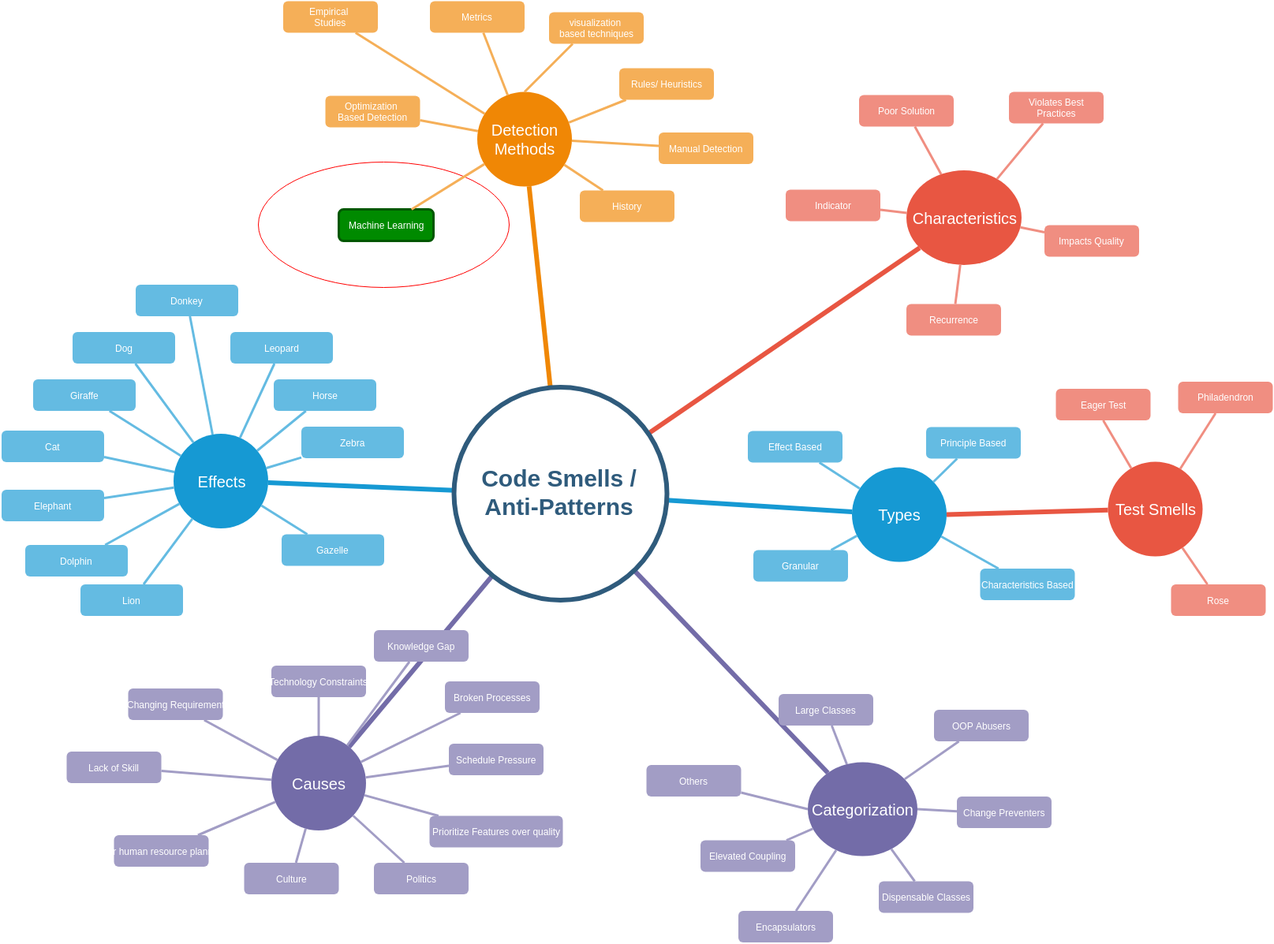
This is survey/AntiPattern-TopicMap.png from rodger79/CS6000, a draw.io export, as it was before one commit. Source tidied: cells renumbered, new cells last; positions are measured from the earlier drawing's top-left corner, leaving out a move shared by most shapes.
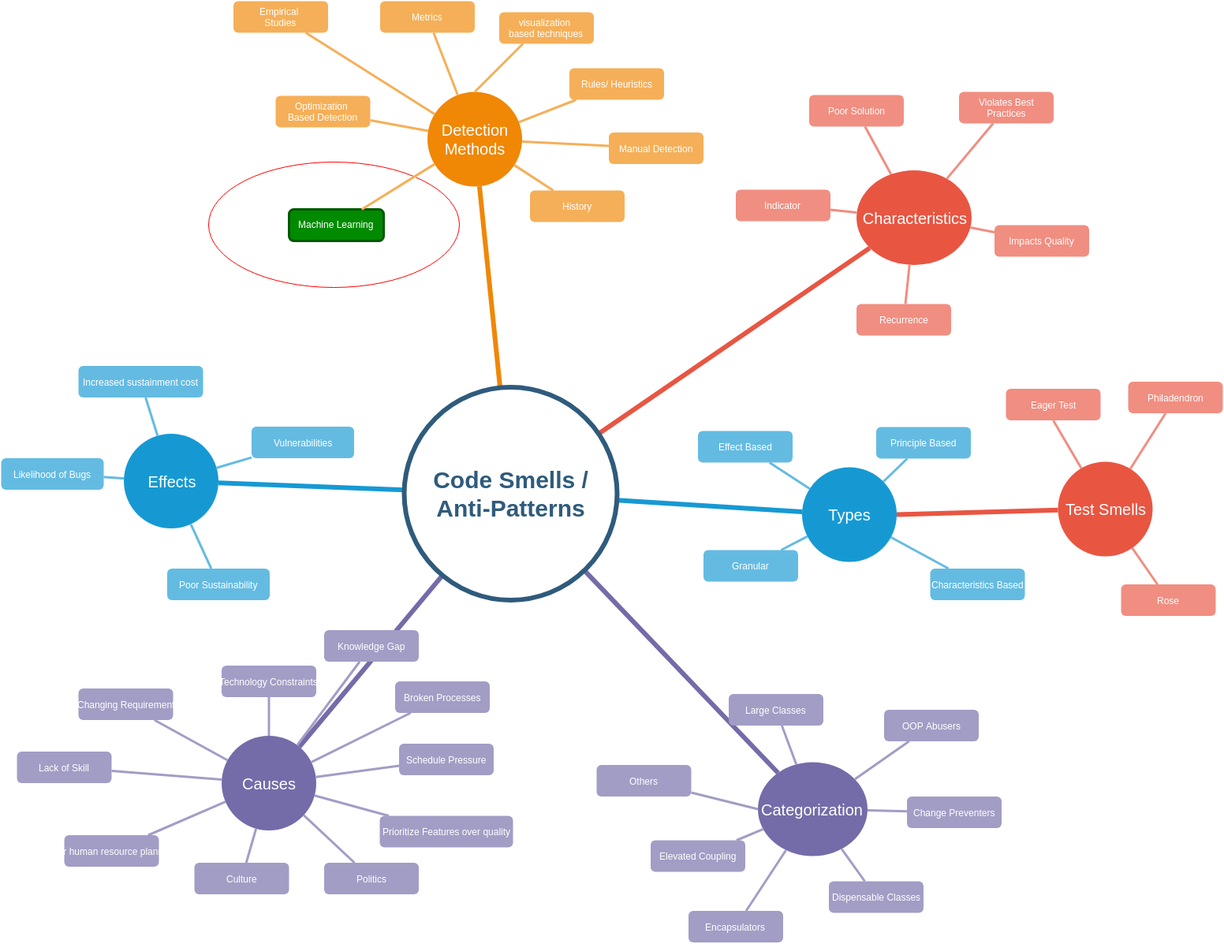
The same file after the commit.

What changed in the source:
```diff
@@ -20,9 +20,6 @@
     <mxCell id="7" value="Categorization" style="ellipse;whiteSpace=wrap;html=1;shadow=0;fontFamily=Helvetica;fontSize=20;fontColor=#FFFFFF;align=center;strokeWidth=3;fillColor=#736ca8;strokeColor=none;" parent="1" vertex="1">
       <mxGeometry x="1021.5" y="965" width="139" height="119" as="geometry" />
     </mxCell>
-    <mxCell id="8" value="Dolphin" style="rounded=1;fillColor=#64BBE2;strokeColor=none;strokeWidth=3;shadow=0;html=1;fontColor=#FFFFFF;" parent="1" vertex="1">
-      <mxGeometry x="29.5" y="689.5" width="130" height="40" as="geometry" />
-    </mxCell>
     <mxCell id="9" style="endArrow=none;strokeWidth=6;strokeColor=#1699D3;html=1;" parent="1" edge="1" source="75" target="3">
       <mxGeometry relative="1" as="geometry" />
     </mxCell>
@@ -41,57 +38,18 @@
     <mxCell id="14" style="endArrow=none;strokeWidth=6;strokeColor=#736ca8;html=1;" parent="1" edge="1" source="75" target="7">
       <mxGeometry relative="1" as="geometry" />
     </mxCell>
-    <mxCell id="15" value="Lion" style="rounded=1;fillColor=#64BBE2;strokeColor=none;strokeWidth=3;shadow=0;html=1;fontColor=#FFFFFF;" parent="1" vertex="1">
-      <mxGeometry x="99.5" y="739.5" width="130" height="40" as="geometry" />
-    </mxCell>
-    <mxCell id="16" value="Elephant" style="rounded=1;fillColor=#64BBE2;strokeColor=none;strokeWidth=3;shadow=0;html=1;fontColor=#FFFFFF;" parent="1" vertex="1">
-      <mxGeometry x="-0.5" y="619.5" width="130" height="40" as="geometry" />
-    </mxCell>
-    <mxCell id="17" value="Cat" style="rounded=1;fillColor=#64BBE2;strokeColor=none;strokeWidth=3;shadow=0;html=1;fontColor=#FFFFFF;" parent="1" vertex="1">
-      <mxGeometry x="-0.5" y="544.5" width="130" height="40" as="geometry" />
-    </mxCell>
-    <mxCell id="18" value="Giraffe" style="rounded=1;fillColor=#64BBE2;strokeColor=none;strokeWidth=3;shadow=0;html=1;fontColor=#FFFFFF;" parent="1" vertex="1">
-      <mxGeometry x="39.5" y="479.5" width="130" height="40" as="geometry" />
-    </mxCell>
-    <mxCell id="19" value="Dog" style="rounded=1;fillColor=#64BBE2;strokeColor=none;strokeWidth=3;shadow=0;html=1;fontColor=#FFFFFF;" parent="1" vertex="1">
-      <mxGeometry x="89.5" y="419.5" width="130" height="40" as="geometry" />
-    </mxCell>
-    <mxCell id="20" value="Donkey" style="rounded=1;fillColor=#64BBE2;strokeColor=none;strokeWidth=3;shadow=0;html=1;fontColor=#FFFFFF;" parent="1" vertex="1">
-      <mxGeometry x="169.5" y="359.5" width="130" height="40" as="geometry" />
+    <mxCell id="20" value="Poor Sustainability" style="rounded=1;fillColor=#64BBE2;strokeColor=none;strokeWidth=3;shadow=0;html=1;fontColor=#FFFFFF;" parent="1" vertex="1">
+      <mxGeometry x="272.5" y="719.5" width="130" height="40" as="geometry" />
     </mxCell>
-    <mxCell id="21" value="Leopard" style="rounded=1;fillColor=#64BBE2;strokeColor=none;strokeWidth=3;shadow=0;html=1;fontColor=#FFFFFF;" parent="1" vertex="1">
-      <mxGeometry x="289.5" y="419.5" width="130" height="40" as="geometry" />
+    <mxCell id="21" value="Likelihood of Bugs" style="rounded=1;fillColor=#64BBE2;strokeColor=none;strokeWidth=3;shadow=0;html=1;fontColor=#FFFFFF;" parent="1" vertex="1">
+      <mxGeometry x="62" y="579.5" width="130" height="40" as="geometry" />
     </mxCell>
-    <mxCell id="22" value="Horse" style="rounded=1;fillColor=#64BBE2;strokeColor=none;strokeWidth=3;shadow=0;html=1;fontColor=#FFFFFF;" parent="1" vertex="1">
-      <mxGeometry x="344.5" y="479.5" width="130" height="40" as="geometry" />
+    <mxCell id="22" value="Increased sustainment cost" style="rounded=1;fillColor=#64BBE2;strokeColor=none;strokeWidth=3;shadow=0;html=1;fontColor=#FFFFFF;" parent="1" vertex="1">
+      <mxGeometry x="160" y="462.5" width="158" height="40" as="geometry" />
     </mxCell>
-    <mxCell id="23" value="Zebra" style="rounded=1;fillColor=#64BBE2;strokeColor=none;strokeWidth=3;shadow=0;html=1;fontColor=#FFFFFF;" parent="1" vertex="1">
+    <mxCell id="23" value="Vulnerabilities" style="rounded=1;fillColor=#64BBE2;strokeColor=none;strokeWidth=3;shadow=0;html=1;fontColor=#FFFFFF;" parent="1" vertex="1">
       <mxGeometry x="379.5" y="539.5" width="130" height="40" as="geometry" />
     </mxCell>
-    <mxCell id="24" value="Gazelle" style="rounded=1;fillColor=#64BBE2;strokeColor=none;strokeWidth=3;shadow=0;html=1;fontColor=#FFFFFF;" parent="1" vertex="1">
-      <mxGeometry x="354.5" y="676" width="130" height="40" as="geometry" />
-    </mxCell>
-    <mxCell id="25" style="edgeStyle=none;endArrow=none;strokeWidth=3;strokeColor=#64BBE2;html=1;" parent="1" edge="1" source="3" target="24">
-      <mxGeometry x="-152.5" y="516.5" as="geometry" />
-    </mxCell>
-    <mxCell id="26" style="edgeStyle=none;endArrow=none;strokeWidth=3;strokeColor=#64BBE2;html=1;" parent="1" edge="1" source="3" target="15">
-      <mxGeometry x="-152.5" y="516.5" as="geometry" />
-    </mxCell>
-    <mxCell id="27" style="edgeStyle=none;endArrow=none;strokeWidth=3;strokeColor=#64BBE2;html=1;" parent="1" edge="1" source="3" target="8">
-      <mxGeometry x="-152.5" y="516.5" as="geometry" />
-    </mxCell>
-    <mxCell id="28" style="edgeStyle=none;endArrow=none;strokeWidth=3;strokeColor=#64BBE2;html=1;" parent="1" edge="1" source="3" target="16">
-      <mxGeometry x="-152.5" y="516.5" as="geometry" />
-    </mxCell>
-    <mxCell id="29" style="edgeStyle=none;endArrow=none;strokeWidth=3;strokeColor=#64BBE2;html=1;" parent="1" edge="1" source="3" target="17">
-      <mxGeometry x="-152.5" y="516.5" as="geometry" />
-    </mxCell>
-    <mxCell id="30" style="edgeStyle=none;endArrow=none;strokeWidth=3;strokeColor=#64BBE2;html=1;" parent="1" edge="1" source="3" target="18">
-      <mxGeometry x="-152.5" y="516.5" as="geometry" />
-    </mxCell>
-    <mxCell id="31" style="edgeStyle=none;endArrow=none;strokeWidth=3;strokeColor=#64BBE2;html=1;" parent="1" edge="1" source="3" target="19">
-      <mxGeometry x="-152.5" y="516.5" as="geometry" />
-    </mxCell>
     <mxCell id="32" style="edgeStyle=none;endArrow=none;strokeWidth=3;strokeColor=#64BBE2;html=1;" parent="1" edge="1" source="3" target="20">
       <mxGeometry x="-152.5" y="516.5" as="geometry" />
     </mxCell>
```
